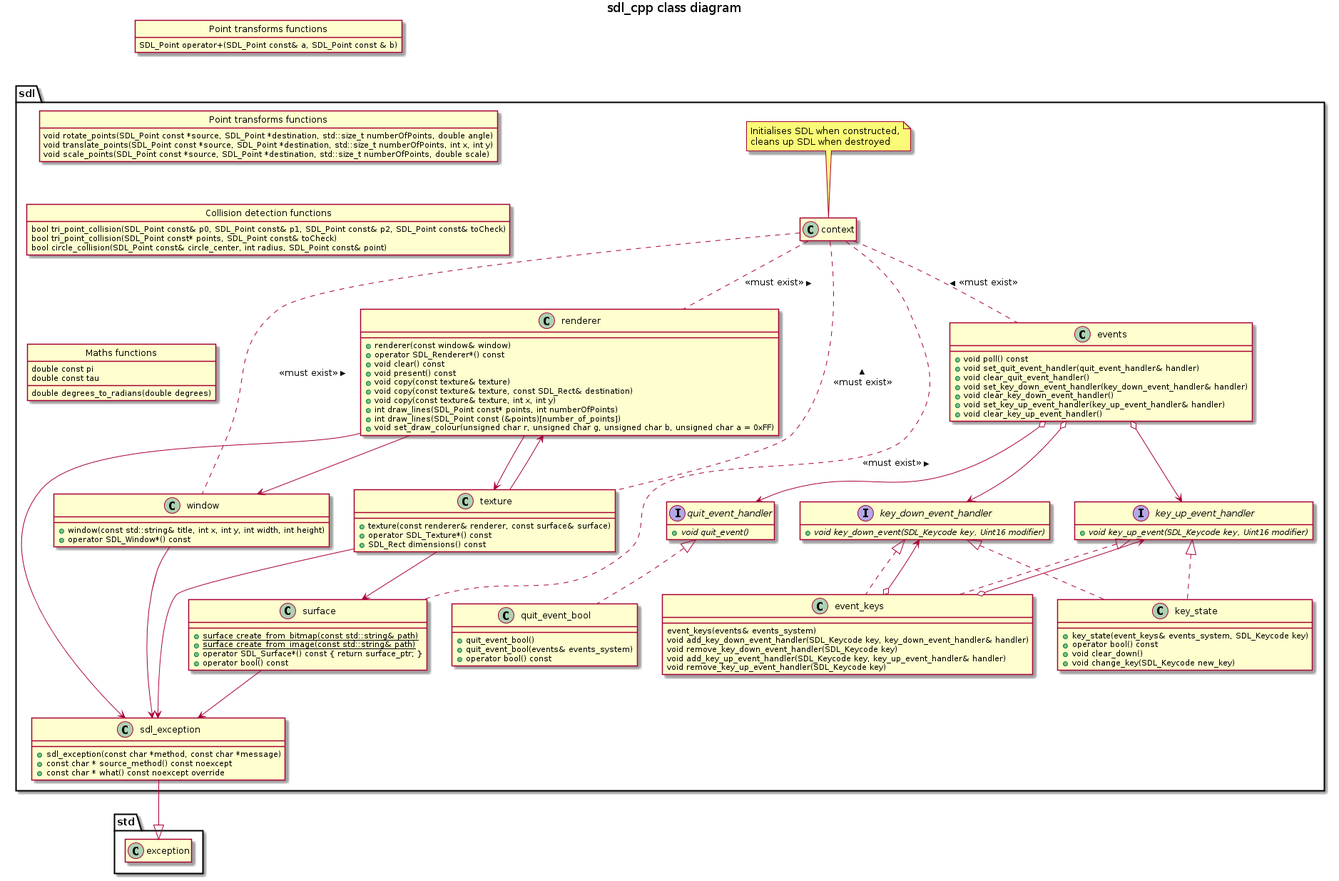
The PlantUML diagram sdl_cpp-class-diagram.png in hiddeninplainsight/sdl_cpp_wrapper, before a commit.
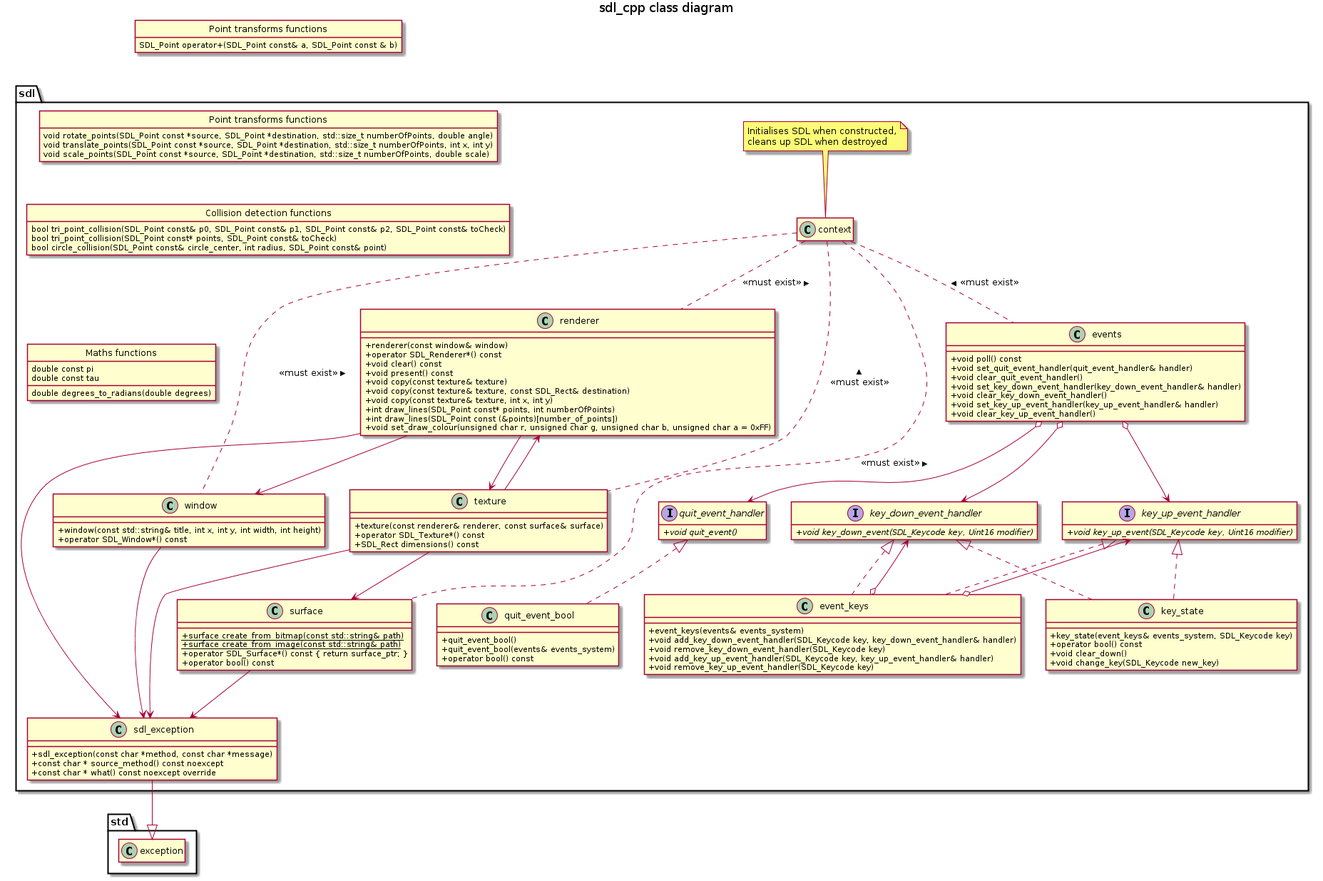
The same diagram one commit later.

Commit message:
Added access specifiers to event_keys in UML and switched to using standard access specifiers symbols

Change to the diagram source:
```diff
@@ -9,6 +9,8 @@
 hide <<global>> stereotype
 
 set namespaceSeparator ::
+
+skinparam classAttributeIconSize 0
 
 
 namespace sdl {
@@ -41,11 +43,11 @@
 }
 namespace sdl {
     class event_keys {
-        event_keys(events& events_system)
-        void add_key_down_event_handler(SDL_Keycode key, key_down_event_handler& handler)
-        void remove_key_down_event_handler(SDL_Keycode key)
-        void add_key_up_event_handler(SDL_Keycode key, key_up_event_handler& handler)
-        void remove_key_up_event_handler(SDL_Keycode key)
+        + event_keys(events& events_system)
+        + void add_key_down_event_handler(SDL_Keycode key, key_down_event_handler& handler)
+        + void remove_key_down_event_handler(SDL_Keycode key)
+        + void add_key_up_event_handler(SDL_Keycode key, key_up_event_handler& handler)
+        + void remove_key_up_event_handler(SDL_Keycode key)
     }
 
     key_down_event_handler <|.. event_keys
```
